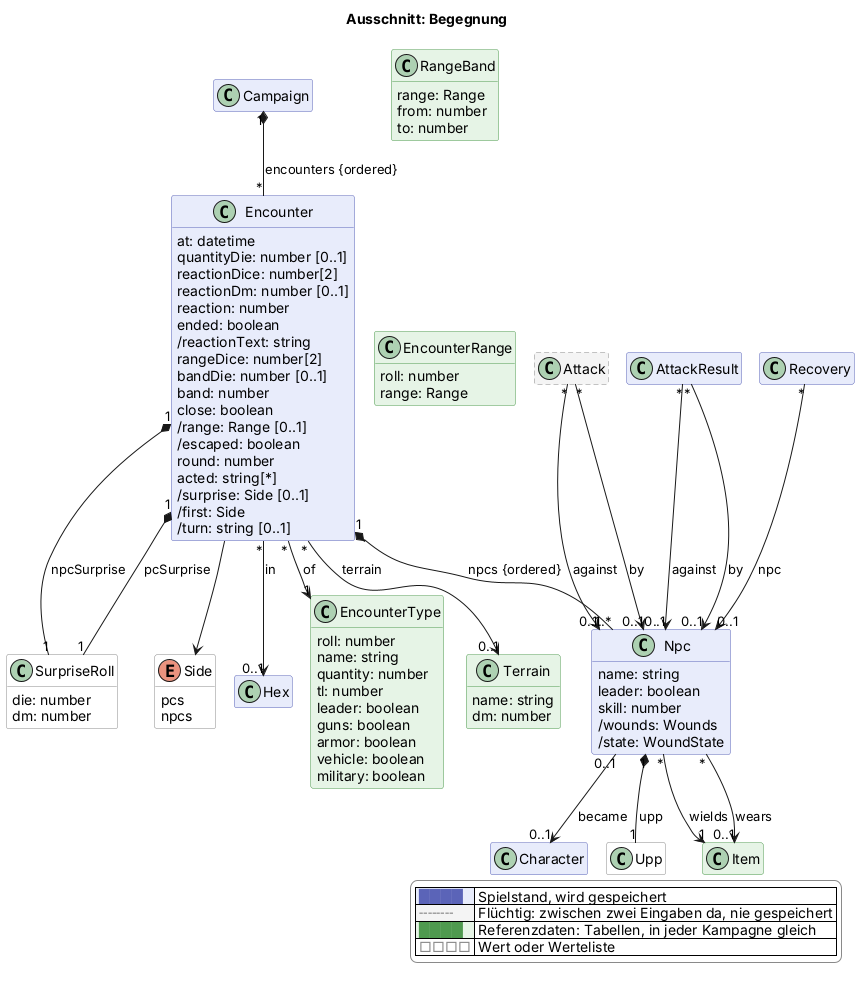
Earlier version of the PlantUML export docs/views/begegnung.png (scuzzar/SRE).
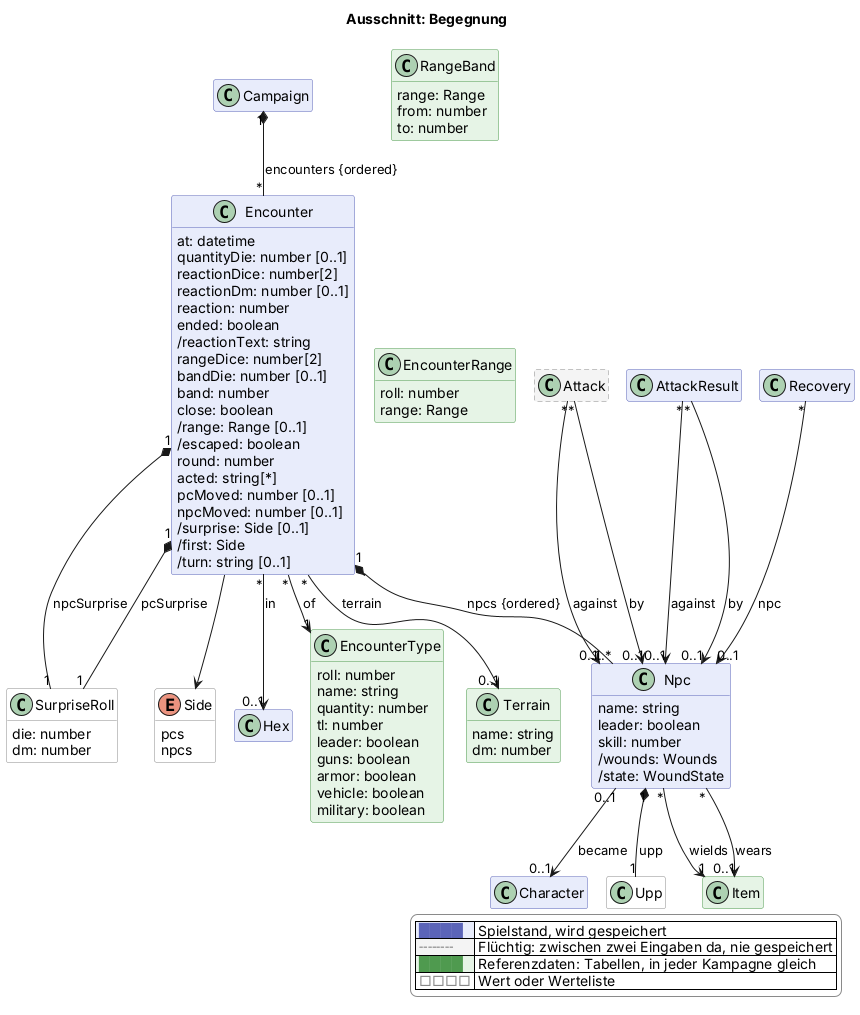
After the commit.

Change to the diagram source:
```diff
@@ -87,6 +87,8 @@
     /escaped: boolean
     round: number
     acted: string[*]
+    pcMoved: number [0..1]
+    npcMoved: number [0..1]
     /surprise: Side [0..1]
     /first: Side
     /turn: string [0..1]
```
